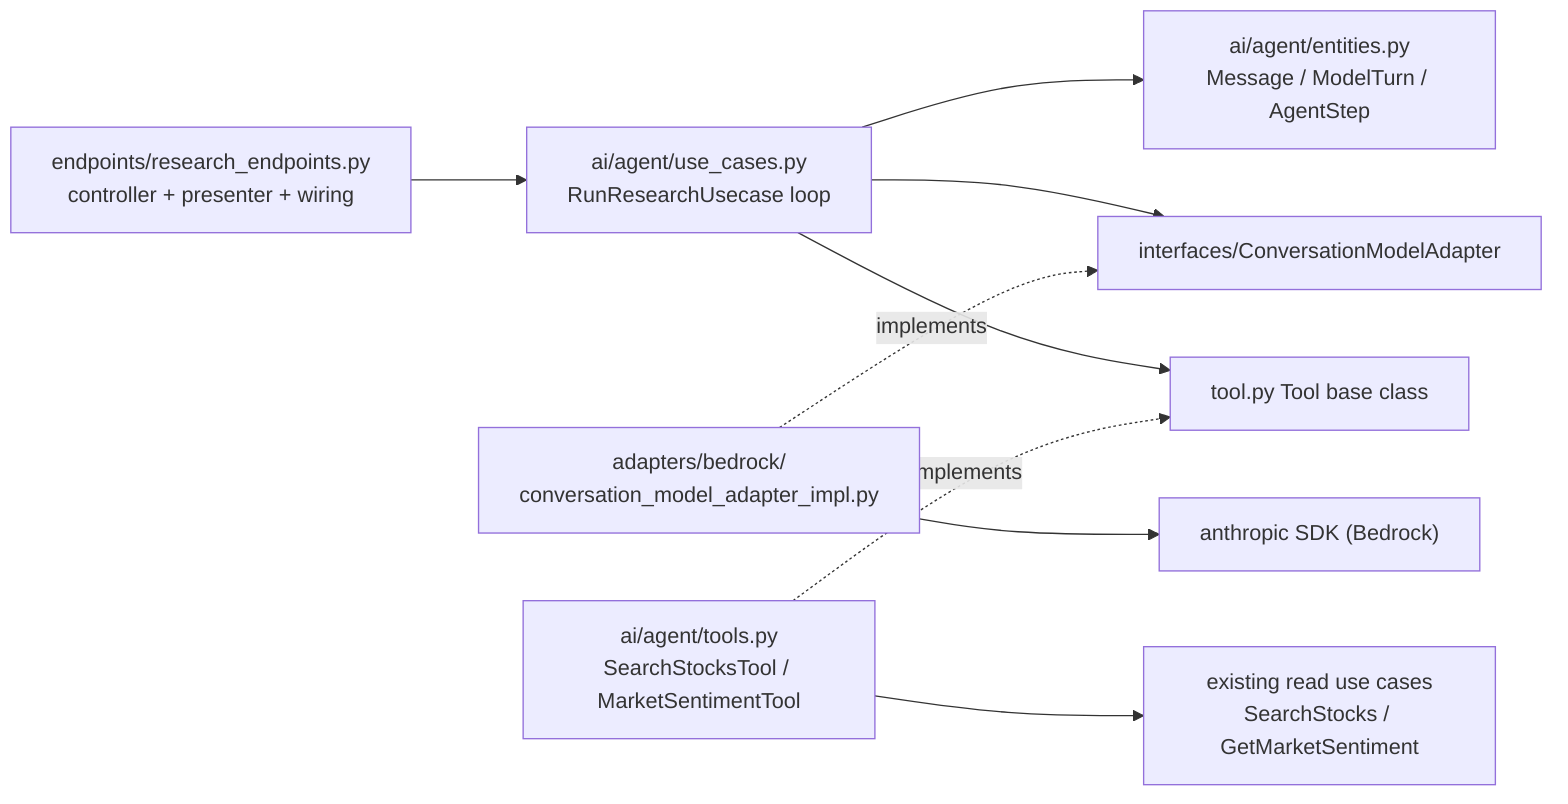
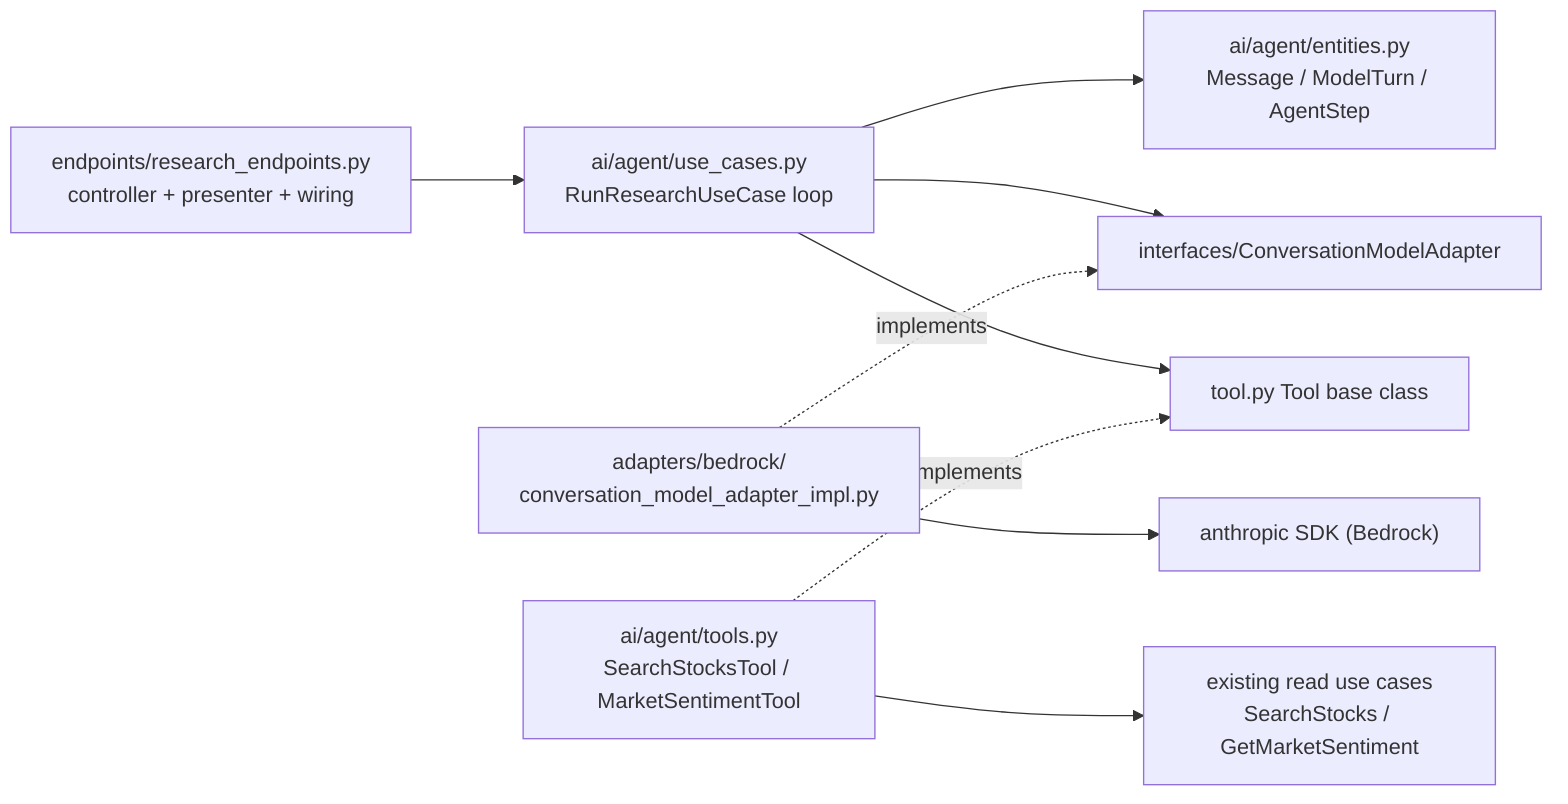
graph LR
-     EP["endpoints/research_endpoints.py<br/>controller + presenter + wiring"] --> UC["ai/agent/use_cases.py<br/>RunResearchUsecase loop"]
+     EP["endpoints/research_endpoints.py<br/>controller + presenter + wiring"] --> UC["ai/agent/use_cases.py<br/>RunResearchUseCase loop"]
    UC --> E["ai/agent/entities.py<br/>Message / ModelTurn / AgentStep"]
    UC --> P1["interfaces/ConversationModelAdapter"]
    UC --> P2["tool.py Tool base class"]
    AD["adapters/bedrock/<br/>conversation_model_adapter_impl.py"] -. implements .-> P1
    T["ai/agent/tools.py<br/>SearchStocksTool / MarketSentimentTool"] -. implements .-> P2
    T --> UC2["existing read use cases<br/>SearchStocks / GetMarketSentiment"]
    AD --> SDK["anthropic SDK (Bedrock)"]
